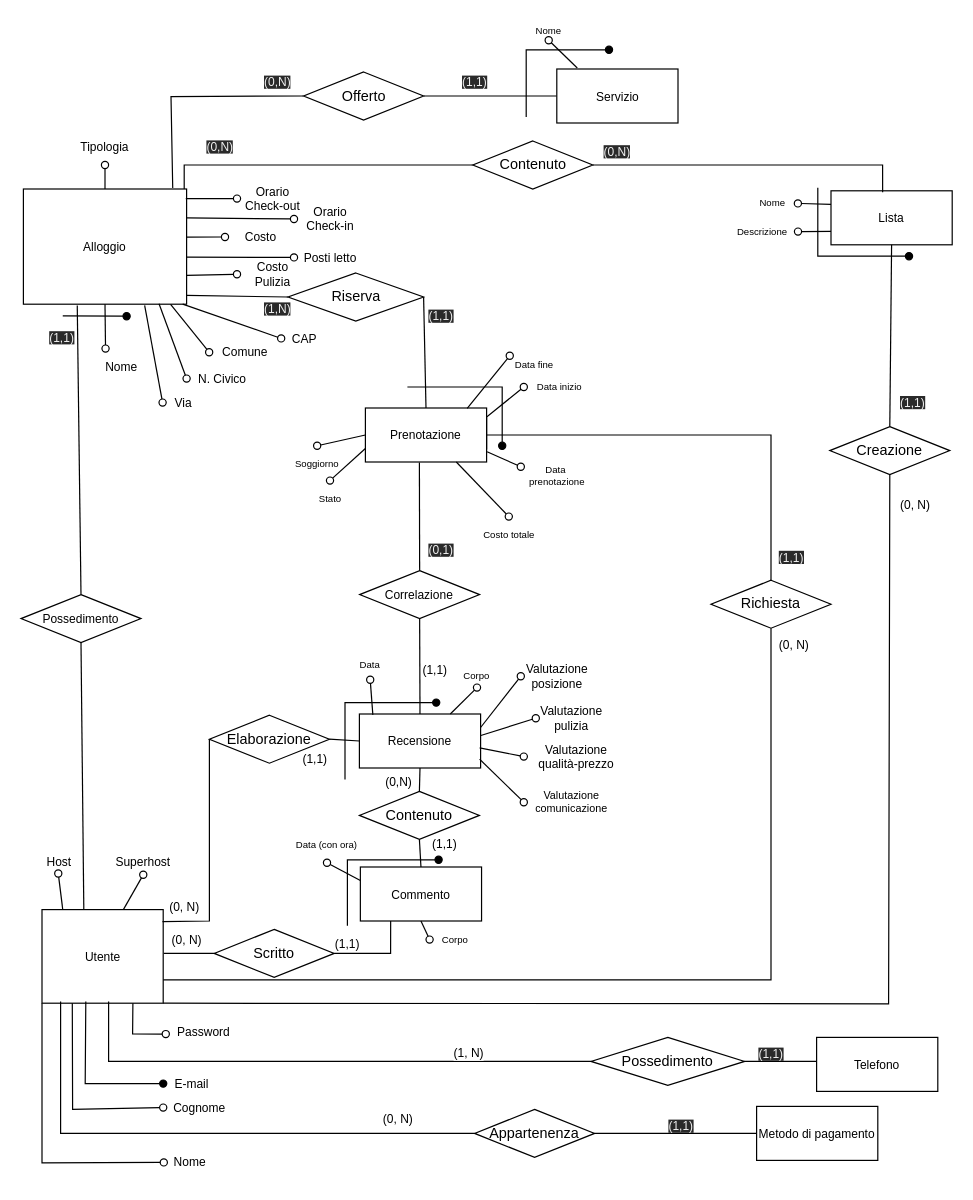
Earlier version of the draw.io diagram page "Page-4" (4 of 16) of ER.drawio (eduardz1/Home-Booking). Source tidied: cells renumbered, new cells numbered last; positions are measured from the earlier drawing's top-left corner, leaving out a move shared by most shapes. Both pictures are drawn from the tidied source at 120%, with x=0, y=0 at pixel (19, 20).
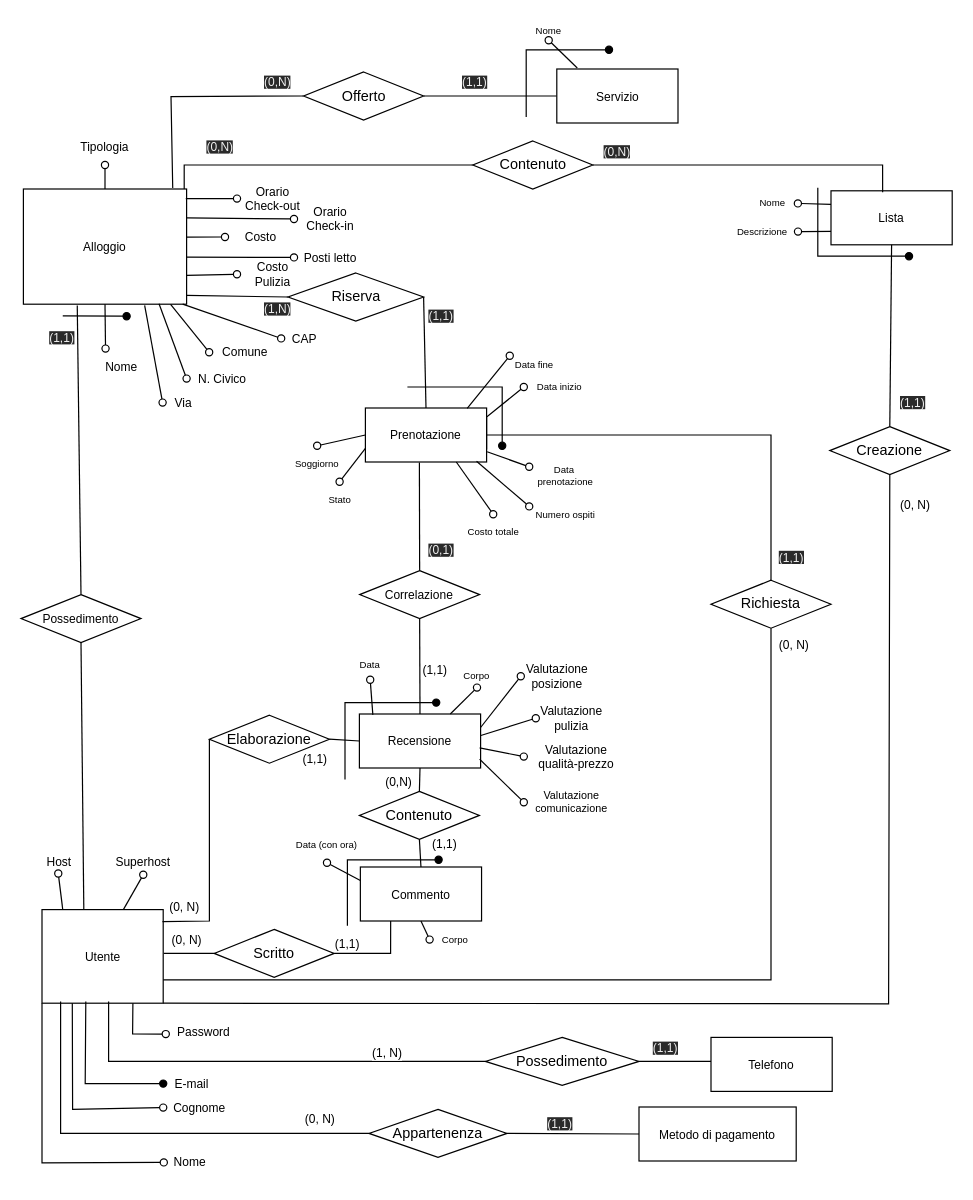
Above is the later version.

The change refers to these unchanged cells:
```xml
<mxCell id="40" value="&lt;font style=&quot;font-size: 10px;&quot;&gt;Prenotazione&lt;/font&gt;" style="rounded=0;whiteSpace=wrap;html=1;fontSize=10;" parent="1" vertex="1">
  <mxGeometry x="288" y="322.5" width="101" height="45" as="geometry" />
</mxCell>
```

The edit, as a diff of the source:
```diff
@@
     <mxCell id="44" value="Data&amp;nbsp; prenotazione" style="text;html=1;strokeColor=none;fillColor=none;align=center;verticalAlign=middle;whiteSpace=wrap;rounded=0;fontSize=8;" parent="1" vertex="1">
-      <mxGeometry x="417.5" y="364" width="60" height="30" as="geometry" />
+      <mxGeometry x="424.5" y="364" width="60" height="30" as="geometry" />
     </mxCell>
@@
     <mxCell id="47" value="Costo totale" style="text;html=1;strokeColor=none;fillColor=none;align=center;verticalAlign=middle;whiteSpace=wrap;rounded=0;fontSize=8;" parent="1" vertex="1">
-      <mxGeometry x="377.5" y="413" width="60" height="30" as="geometry" />
+      <mxGeometry x="364.5" y="411" width="60" height="30" as="geometry" />
     </mxCell>
@@
     <mxCell id="113" style="endArrow=none;html=1;rounded=0;align=center;verticalAlign=top;endFill=0;labelBackgroundColor=none;endSize=6;startArrow=oval;startFill=0;fontSize=10;exitX=0;exitY=0.25;exitDx=0;exitDy=0;entryX=1.004;entryY=0.811;entryDx=0;entryDy=0;entryPerimeter=0;" parent="1" edge="1" source="44" target="40">
-      <mxGeometry relative="1" as="geometry">
-        <Array as="points">
-          <mxPoint x="403" y="365" />
-        </Array>
-      </mxGeometry>
+      <mxGeometry relative="1" as="geometry" />
     </mxCell>
@@
     <mxCell id="132" value="Stato" style="text;html=1;strokeColor=none;fillColor=none;align=center;verticalAlign=middle;whiteSpace=wrap;rounded=0;fontSize=8;" parent="1" vertex="1">
-      <mxGeometry x="228.5" y="383" width="60" height="30" as="geometry" />
+      <mxGeometry x="236.5" y="384" width="60" height="30" as="geometry" />
     </mxCell>
@@
     <mxCell id="144" value="Possedimento" style="rhombus;whiteSpace=wrap;html=1;" parent="1" vertex="1">
-      <mxGeometry x="476" y="847" width="128" height="40" as="geometry" />
+      <mxGeometry x="388" y="847" width="128" height="40" as="geometry" />
     </mxCell>
     <mxCell id="145" value="Appartenenza" style="rhombus;whiteSpace=wrap;html=1;" parent="1" vertex="1">
-      <mxGeometry x="379" y="907" width="100" height="40" as="geometry" />
+      <mxGeometry x="291" y="907" width="115" height="40" as="geometry" />
     </mxCell>
@@
     <mxCell id="148" value="Metodo di pagamento" style="rounded=0;whiteSpace=wrap;html=1;fontSize=10;" parent="1" vertex="1">
-      <mxGeometry x="614" y="904.5" width="101" height="45" as="geometry" />
+      <mxGeometry x="516" y="905" width="131" height="45" as="geometry" />
     </mxCell>
     <mxCell id="149" value="Telefono" style="rounded=0;whiteSpace=wrap;html=1;fontSize=10;" parent="1" vertex="1">
-      <mxGeometry x="664" y="847" width="101" height="45" as="geometry" />
+      <mxGeometry x="576" y="847" width="101" height="45" as="geometry" />
     </mxCell>
     <mxCell id="150" value="&lt;span style=&quot;color: rgb(240, 240, 240); font-family: helvetica; font-size: 10px; font-style: normal; font-weight: 400; letter-spacing: normal; text-align: left; text-indent: 0px; text-transform: none; word-spacing: 0px; background-color: rgb(42, 42, 42); display: inline; float: none;&quot;&gt;(1,1)&lt;/span&gt;" style="text;whiteSpace=wrap;html=1;" parent="1" vertex="1">
-      <mxGeometry x="614" y="847" width="50" height="30" as="geometry" />
+      <mxGeometry x="526" y="842" width="50" height="30" as="geometry" />
     </mxCell>
     <mxCell id="151" value="&lt;span style=&quot;color: rgb(240, 240, 240); font-family: helvetica; font-size: 10px; font-style: normal; font-weight: 400; letter-spacing: normal; text-align: left; text-indent: 0px; text-transform: none; word-spacing: 0px; background-color: rgb(42, 42, 42); display: inline; float: none;&quot;&gt;(1,1)&lt;/span&gt;" style="text;whiteSpace=wrap;html=1;" parent="1" vertex="1">
-      <mxGeometry x="539" y="906.5" width="50" height="30" as="geometry" />
+      <mxGeometry x="438" y="905" width="50" height="30" as="geometry" />
     </mxCell>
+    <mxCell id="152" value="Numero ospiti" style="text;html=1;strokeColor=none;fillColor=none;align=center;verticalAlign=middle;whiteSpace=wrap;rounded=0;fontSize=8;" parent="1" vertex="1">
+      <mxGeometry x="424.5" y="397" width="60" height="30" as="geometry" />
+    </mxCell>
+    <mxCell id="153" style="endArrow=none;html=1;rounded=0;align=center;verticalAlign=top;endFill=0;labelBackgroundColor=none;endSize=6;startArrow=oval;startFill=0;fontSize=10;exitX=0;exitY=0.25;exitDx=0;exitDy=0;entryX=0.917;entryY=0.987;entryDx=0;entryDy=0;entryPerimeter=0;" parent="1" edge="1" source="152" target="40">
+      <mxGeometry relative="1" as="geometry" />
+    </mxCell>
```
